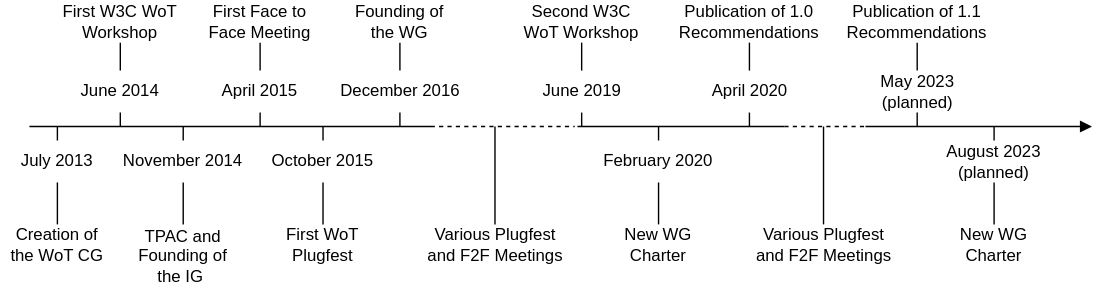
w3c/wot-marketing keeps this draw.io diagram as docs/images/timeline.drawio.svg. Above is the earlier version. Source tidied: cells renumbered, new cells last; positions are measured from the earlier drawing's top-left corner, leaving out a move shared by most shapes.
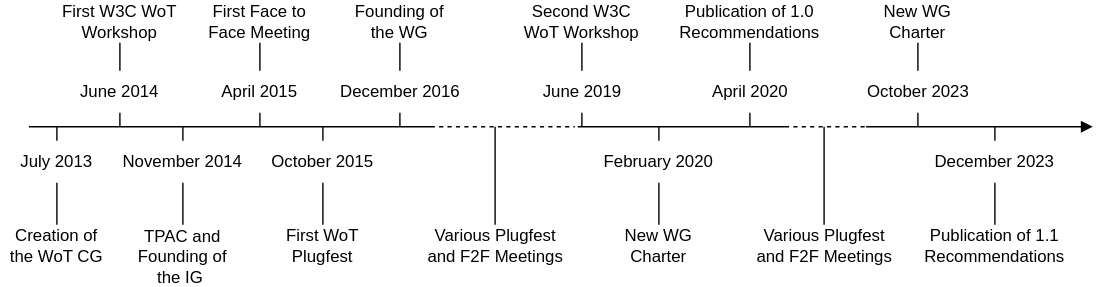
Above is the later version.

The edit, as a diff of the source:
```diff
@@ -208,7 +208,7 @@
     <mxCell id="56" style="group;" parent="1" vertex="1">
       <mxGeometry x="610" width="110" height="90" as="geometry" />
     </mxCell>
-    <mxCell id="57" value="Publication of 1.1 Recommendations" style="text;html=1;strokeColor=none;fillColor=none;align=center;verticalAlign=middle;whiteSpace=wrap;rounded=0;" parent="56" vertex="1">
+    <mxCell id="57" value="New WG Charter" style="text;html=1;strokeColor=none;fillColor=none;align=center;verticalAlign=middle;whiteSpace=wrap;rounded=0;" parent="56" vertex="1">
       <mxGeometry width="90" height="30" as="geometry" />
     </mxCell>
     <mxCell id="58" style="endArrow=none;html=1;rounded=0;entryX=0.5;entryY=1;entryDx=0;entryDy=0;startArrow=none;" parent="56" edge="1" source="60" target="57">
@@ -219,7 +219,7 @@
         <mxPoint x="45" y="90" as="sourcePoint" />
       </mxGeometry>
     </mxCell>
-    <mxCell id="60" value="May 2023&lt;br&gt;(planned)" style="text;html=1;strokeColor=none;fillColor=none;align=center;verticalAlign=middle;whiteSpace=wrap;rounded=0;" parent="56" vertex="1">
+    <mxCell id="60" value="October 2023" style="text;html=1;strokeColor=none;fillColor=none;align=center;verticalAlign=middle;whiteSpace=wrap;rounded=0;" parent="56" vertex="1">
       <mxGeometry x="-2.5" y="50" width="95" height="30" as="geometry" />
     </mxCell>
     <mxCell id="61" style="endArrow=none;html=1;rounded=0;strokeColor=default;dashed=1;" parent="1" edge="1">
@@ -242,7 +242,7 @@
         <mxPoint x="40" as="targetPoint" />
       </mxGeometry>
     </mxCell>
-    <mxCell id="65" value="New WG Charter" style="text;html=1;strokeColor=none;fillColor=none;align=center;verticalAlign=middle;whiteSpace=wrap;rounded=0;" parent="63" vertex="1">
+    <mxCell id="65" value="Publication of 1.1 Recommendations" style="text;html=1;strokeColor=none;fillColor=none;align=center;verticalAlign=middle;whiteSpace=wrap;rounded=0;" parent="63" vertex="1">
       <mxGeometry y="70" width="80" height="30" as="geometry" />
     </mxCell>
     <mxCell id="66" style="endArrow=none;html=1;rounded=0;" parent="63" edge="1" target="67">
@@ -250,7 +250,7 @@
         <mxPoint x="40" y="70" as="sourcePoint" />
       </mxGeometry>
     </mxCell>
-    <mxCell id="67" value="August 2023&lt;br&gt;(planned)" style="text;html=1;strokeColor=none;fillColor=none;align=center;verticalAlign=middle;whiteSpace=wrap;rounded=0;" parent="63" vertex="1">
+    <mxCell id="67" value="December 2023" style="text;html=1;strokeColor=none;fillColor=none;align=center;verticalAlign=middle;whiteSpace=wrap;rounded=0;" parent="63" vertex="1">
       <mxGeometry x="-5" y="10" width="90" height="30" as="geometry" />
     </mxCell>
   </root>
```
